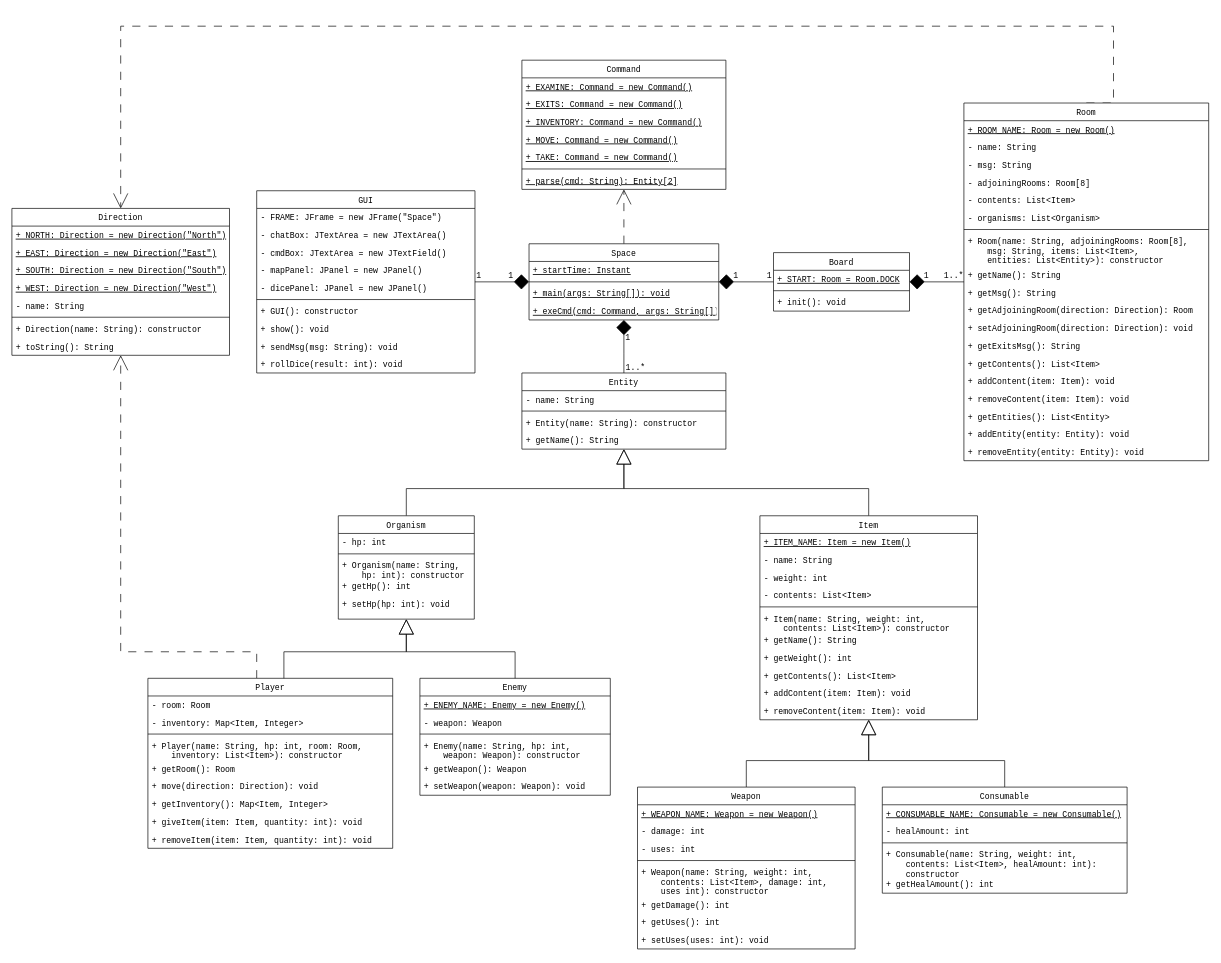
4lex-whit/CS-NEA-2025 keeps this draw.io diagram as assets/class-diagram.drawio. Above is the earlier version. Source tidied: cells renumbered, new cells numbered last; positions are measured from the earlier drawing's top-left corner, leaving out a move shared by most shapes. Both pictures are drawn from the tidied source at 68%, with x=0, y=0 at pixel (12, 26).
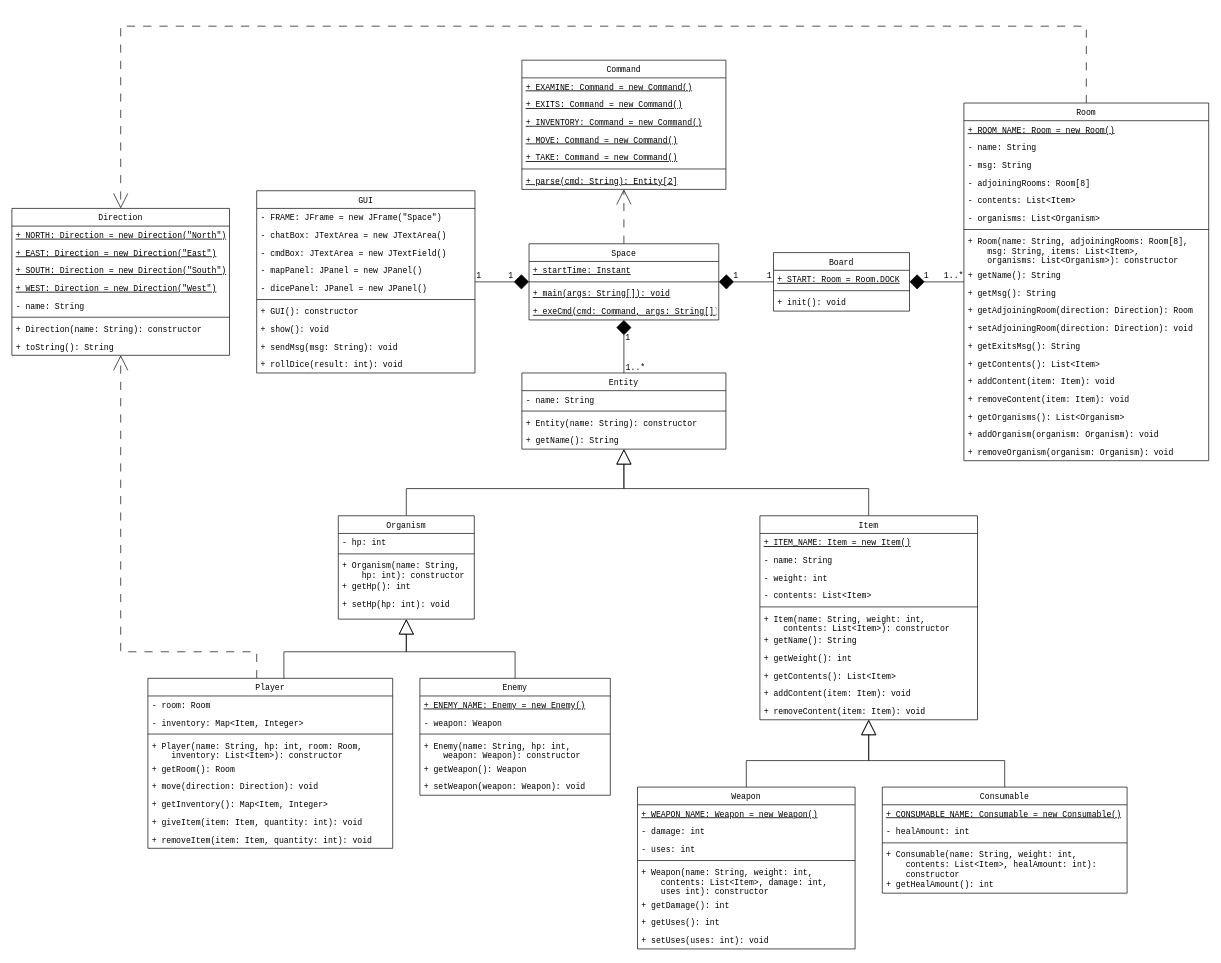
The same page after the edit.

Commit message (it also covers changes not shown here):
Use organism in room class in class diagram

Unchanged cells that the change refers to:
```xml
<mxCell id="5" value="Room" style="swimlane;fontStyle=0;align=center;verticalAlign=top;horizontal=1;startSize=26;rounded=0;shadow=0;strokeWidth=1;fontFamily=Courier New;" parent="1" vertex="1">
  <mxGeometry x="1400" y="113" width="360" height="526" as="geometry" />
</mxCell>
<mxCell id="25" value="Direction" style="swimlane;fontStyle=0;align=center;verticalAlign=top;horizontal=1;startSize=26;rounded=0;shadow=0;strokeWidth=1;fontFamily=Courier New;" parent="1" vertex="1">
  <mxGeometry y="268" width="320" height="216" as="geometry" />
</mxCell>
```

Diff of the diagram source:
```diff
@@
     <mxCell id="4" style="edgeStyle=orthogonalEdgeStyle;rounded=0;jettySize=auto;html=1;entryX=0.5;entryY=0;entryDx=0;entryDy=0;endArrow=open;endFill=0;dashed=1;dashPattern=12 12;endSize=20;startSize=20;fontFamily=Courier New;exitX=0.5;exitY=0;exitDx=0;exitDy=0;" parent="1" edge="1" source="5" target="25">
       <mxGeometry relative="1" as="geometry">
         <Array as="points">
-          <mxPoint x="1620" />
+          <mxPoint x="1580" />
           <mxPoint x="160" />
         </Array>
       </mxGeometry>
     </mxCell>
@@
-    <mxCell id="13" value="+ Room(name: String, adjoiningRooms: Room[8],&#10;    msg: String, items: List&lt;Item&gt;,&#10;    entities: List&lt;Entity&gt;): constructor" style="text;align=left;verticalAlign=top;spacingLeft=4;spacingRight=4;overflow=hidden;fontFamily=Courier New;" parent="5" vertex="1">
+    <mxCell id="13" value="+ Room(name: String, adjoiningRooms: Room[8],&#10;    msg: String, items: List&lt;Item&gt;,&#10;    organisms: List&lt;Organism&gt;): constructor" style="text;align=left;verticalAlign=top;spacingLeft=4;spacingRight=4;overflow=hidden;fontFamily=Courier New;" parent="5" vertex="1">
       <mxGeometry y="190" width="360" height="50" as="geometry" />
     </mxCell>
@@
-    <mxCell id="22" value="+ getEntities(): List&lt;Entity&gt;" style="text;align=left;verticalAlign=top;spacingLeft=4;spacingRight=4;overflow=hidden;fontFamily=Courier New;" parent="5" vertex="1">
+    <mxCell id="22" value="+ getOrganisms(): List&lt;Organism&gt;" style="text;align=left;verticalAlign=top;spacingLeft=4;spacingRight=4;overflow=hidden;fontFamily=Courier New;" parent="5" vertex="1">
       <mxGeometry y="448" width="360" height="26" as="geometry" />
     </mxCell>
-    <mxCell id="23" value="+ addEntity(entity: Entity): void" style="text;align=left;verticalAlign=top;spacingLeft=4;spacingRight=4;overflow=hidden;fontFamily=Courier New;" parent="5" vertex="1">
+    <mxCell id="23" value="+ addOrganism(organism: Organism): void" style="text;align=left;verticalAlign=top;spacingLeft=4;spacingRight=4;overflow=hidden;fontFamily=Courier New;" parent="5" vertex="1">
       <mxGeometry y="474" width="360" height="26" as="geometry" />
     </mxCell>
-    <mxCell id="24" value="+ removeEntity(entity: Entity): void" style="text;align=left;verticalAlign=top;spacingLeft=4;spacingRight=4;overflow=hidden;fontFamily=Courier New;" parent="5" vertex="1">
+    <mxCell id="24" value="+ removeOrganism(organism: Organism): void" style="text;align=left;verticalAlign=top;spacingLeft=4;spacingRight=4;overflow=hidden;fontFamily=Courier New;" parent="5" vertex="1">
       <mxGeometry y="500" width="360" height="26" as="geometry" />
     </mxCell>
```
